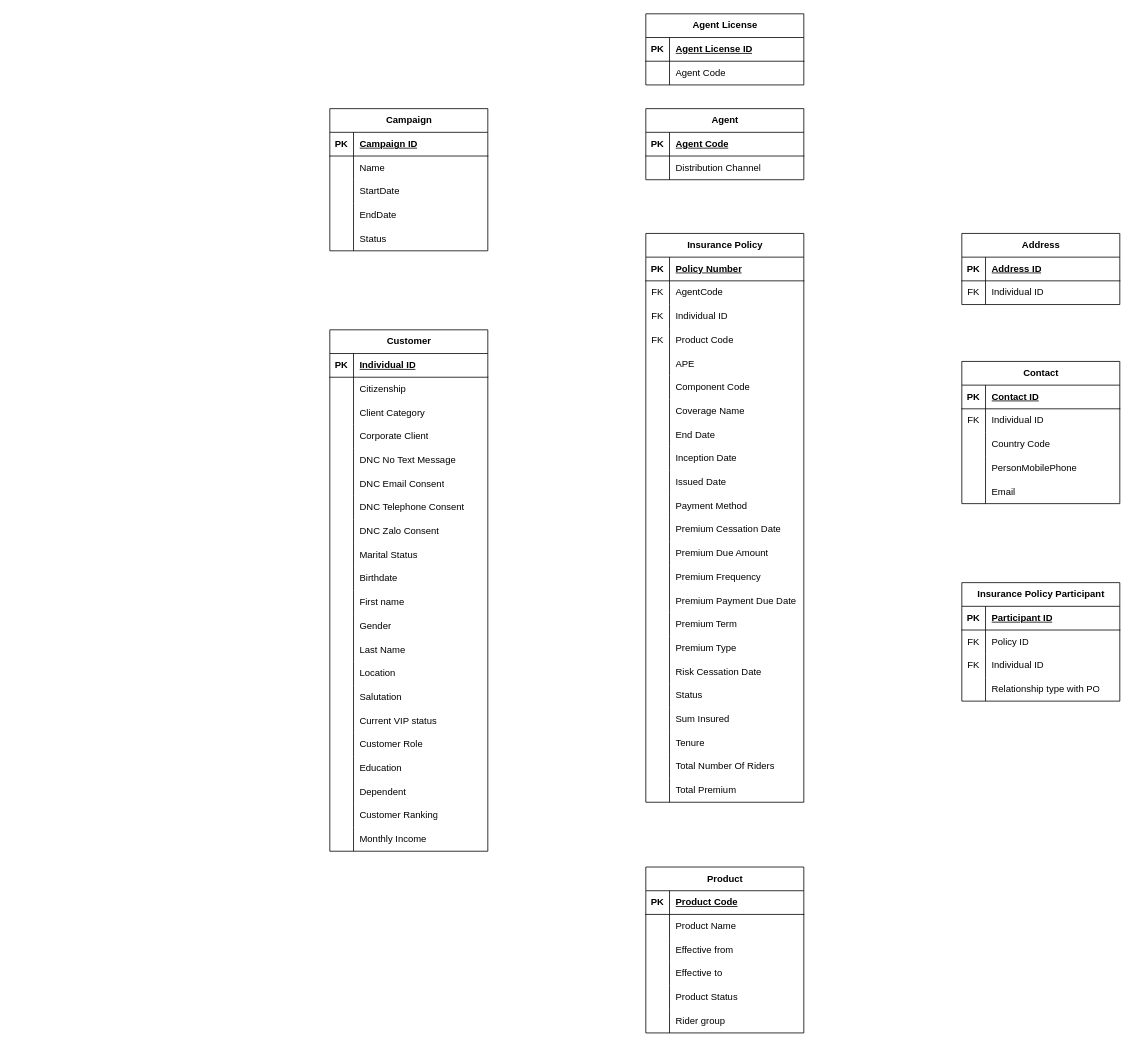
The draw.io diagram CEP_logic_map.drawio in EpicM97/EpicM, before the edit. Source tidied: cells renumbered, new cells numbered last; positions are measured from the earlier drawing's top-left corner, leaving out a move shared by most shapes. Both pictures are drawn from the tidied source at 79%, with x=0, y=0 at pixel (329, 13).
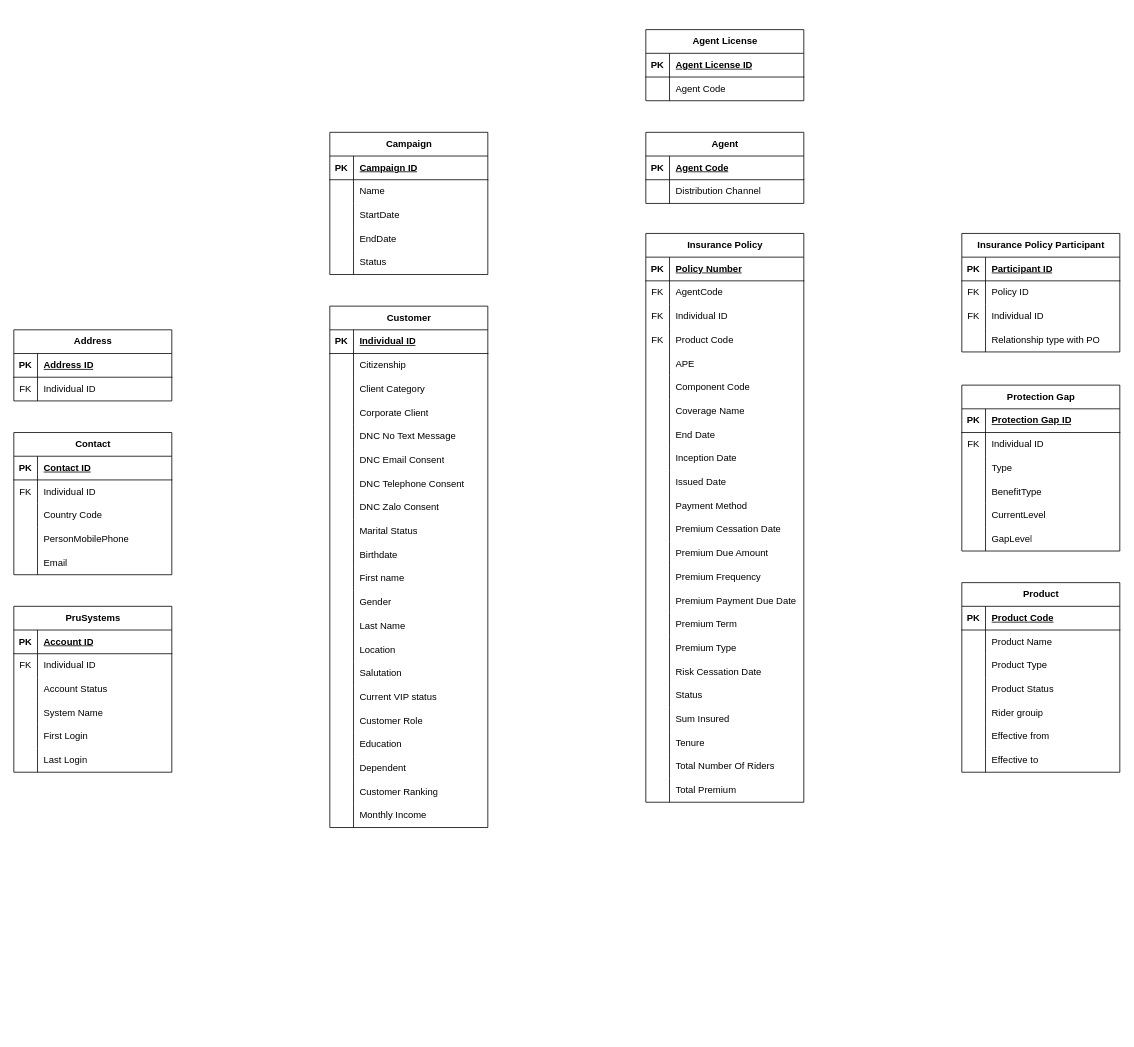
After the change.

The change refers to these unchanged cells:
```xml
<mxCell id="209" style="shape=tableRow;horizontal=0;startSize=0;swimlaneHead=0;swimlaneBody=0;fillColor=none;top=0;left=0;right=0;bottom=0;" parent="202" vertex="1">
  <mxGeometry y="90" width="200" height="30" as="geometry" />
</mxCell>
<mxCell id="212" style="shape=tableRow;horizontal=0;startSize=0;swimlaneHead=0;swimlaneBody=0;fillColor=none;top=0;left=0;right=0;bottom=0;" parent="202" vertex="1">
  <mxGeometry y="120" width="200" height="30" as="geometry" />
</mxCell>
<mxCell id="215" style="shape=tableRow;horizontal=0;startSize=0;swimlaneHead=0;swimlaneBody=0;fillColor=none;top=0;left=0;right=0;bottom=0;" parent="202" vertex="1">
  <mxGeometry y="150" width="200" height="30" as="geometry" />
</mxCell>
<mxCell id="218" style="shape=tableRow;horizontal=0;startSize=0;swimlaneHead=0;swimlaneBody=0;fillColor=none;top=0;left=0;right=0;bottom=0;" parent="202" vertex="1">
  <mxGeometry y="180" width="200" height="30" as="geometry" />
</mxCell>
```

Diff of the diagram source:
```diff
@@
     <mxCell id="2" value="Agent" style="shape=table;startSize=30;childLayout=tableLayout;rowLines=0;fontStyle=1;align=center;html=1;" parent="1" vertex="1">
-      <mxGeometry x="400" y="120" width="200" height="90" as="geometry" />
+      <mxGeometry x="400" y="150" width="200" height="90" as="geometry" />
     </mxCell>
@@
     <mxCell id="9" value="Address" style="shape=table;startSize=30;childLayout=tableLayout;rowLines=0;fontStyle=1;align=center;html=1;" parent="1" vertex="1">
-      <mxGeometry x="800" y="278" width="200" height="90" as="geometry" />
+      <mxGeometry x="-400" y="400" width="200" height="90" as="geometry" />
     </mxCell>
@@
     <mxCell id="16" value="Agent License" style="shape=table;startSize=30;childLayout=tableLayout;rowLines=0;fontStyle=1;align=center;html=1;" parent="1" vertex="1">
-      <mxGeometry x="400" width="200" height="90" as="geometry" />
+      <mxGeometry x="400" y="20" width="200" height="90" as="geometry" />
     </mxCell>
@@
     <mxCell id="23" value="Campaign" style="shape=table;startSize=30;childLayout=tableLayout;rowLines=0;fontStyle=1;align=center;html=1;" parent="1" vertex="1">
-      <mxGeometry y="120" width="200" height="180" as="geometry" />
+      <mxGeometry y="150" width="200" height="180" as="geometry" />
     </mxCell>
@@
     <mxCell id="39" value="Contact" style="shape=table;startSize=30;childLayout=tableLayout;rowLines=0;fontStyle=1;align=center;html=1;" parent="1" vertex="1">
-      <mxGeometry x="800" y="440" width="200" height="180" as="geometry" />
+      <mxGeometry x="-400" y="530" width="200" height="180" as="geometry" />
     </mxCell>
@@
     <mxCell id="55" value="Customer" style="shape=table;startSize=30;childLayout=tableLayout;rowLines=0;fontStyle=1;align=center;html=1;" parent="1" vertex="1">
-      <mxGeometry y="400" width="200" height="660" as="geometry" />
+      <mxGeometry y="370" width="200" height="660" as="geometry" />
     </mxCell>
@@
     <mxCell id="189" value="Insurance Policy Participant" style="shape=table;startSize=30;childLayout=tableLayout;rowLines=0;fontStyle=1;align=center;html=1;" parent="1" vertex="1">
-      <mxGeometry x="800" y="720" width="200" height="150" as="geometry" />
+      <mxGeometry x="800" y="278" width="200" height="150" as="geometry" />
     </mxCell>
@@
     <mxCell id="202" value="Product" style="shape=table;startSize=30;childLayout=tableLayout;rowLines=0;fontStyle=1;align=center;html=1;" parent="1" vertex="1">
-      <mxGeometry x="400" y="1080" width="200" height="210" as="geometry" />
+      <mxGeometry x="800" y="720" width="200" height="240" as="geometry" />
     </mxCell>
@@
-    <mxCell id="211" value="Effective from" style="shape=partialRectangle;fillColor=none;top=0;left=0;bottom=0;right=0;align=left;spacingLeft=6;overflow=hidden;whiteSpace=wrap;html=1;" parent="209" vertex="1">
+    <mxCell id="211" value="Product Type" style="shape=partialRectangle;fillColor=none;top=0;left=0;bottom=0;right=0;align=left;spacingLeft=6;overflow=hidden;whiteSpace=wrap;html=1;" parent="209" vertex="1">
       <mxGeometry x="30" width="170" height="30" as="geometry" />
     </mxCell>
@@
-    <mxCell id="214" value="Effective to" style="shape=partialRectangle;fillColor=none;top=0;left=0;bottom=0;right=0;align=left;spacingLeft=6;overflow=hidden;whiteSpace=wrap;html=1;" parent="212" vertex="1">
+    <mxCell id="214" value="Product Status" style="shape=partialRectangle;fillColor=none;top=0;left=0;bottom=0;right=0;align=left;spacingLeft=6;overflow=hidden;whiteSpace=wrap;html=1;" parent="212" vertex="1">
       <mxGeometry x="30" width="170" height="30" as="geometry" />
     </mxCell>
@@
-    <mxCell id="217" value="Product Status" style="shape=partialRectangle;fillColor=none;top=0;left=0;bottom=0;right=0;align=left;spacingLeft=6;overflow=hidden;whiteSpace=wrap;html=1;" parent="215" vertex="1">
+    <mxCell id="217" value="Rider grouip" style="shape=partialRectangle;fillColor=none;top=0;left=0;bottom=0;right=0;align=left;spacingLeft=6;overflow=hidden;whiteSpace=wrap;html=1;" parent="215" vertex="1">
       <mxGeometry x="30" width="170" height="30" as="geometry" />
     </mxCell>
@@
-    <mxCell id="220" value="Rider group" style="shape=partialRectangle;fillColor=none;top=0;left=0;bottom=0;right=0;align=left;spacingLeft=6;overflow=hidden;whiteSpace=wrap;html=1;" parent="218" vertex="1">
+    <mxCell id="220" value="Effective from" style="shape=partialRectangle;fillColor=none;top=0;left=0;bottom=0;right=0;align=left;spacingLeft=6;overflow=hidden;whiteSpace=wrap;html=1;" parent="218" vertex="1">
       <mxGeometry x="30" width="170" height="30" as="geometry" />
     </mxCell>
+    <mxCell id="221" style="shape=tableRow;horizontal=0;startSize=0;swimlaneHead=0;swimlaneBody=0;fillColor=none;top=0;left=0;right=0;bottom=0;" parent="202" vertex="1">
+      <mxGeometry y="210" width="200" height="30" as="geometry" />
+    </mxCell>
+    <mxCell id="222" style="shape=partialRectangle;fillColor=none;top=0;left=0;bottom=0;right=0;overflow=hidden;whiteSpace=wrap;html=1;" parent="221" vertex="1">
+      <mxGeometry width="30" height="30" as="geometry" />
+    </mxCell>
+    <mxCell id="223" value="Effective to" style="shape=partialRectangle;fillColor=none;top=0;left=0;bottom=0;right=0;align=left;spacingLeft=6;overflow=hidden;whiteSpace=wrap;html=1;" parent="221" vertex="1">
+      <mxGeometry x="30" width="170" height="30" as="geometry" />
+    </mxCell>
+    <mxCell id="224" value="Protection Gap" style="shape=table;startSize=30;childLayout=tableLayout;rowLines=0;fontStyle=1;align=center;html=1;" parent="1" vertex="1">
+      <mxGeometry x="800" y="470" width="200" height="210" as="geometry" />
+    </mxCell>
+    <mxCell id="225" style="shape=tableRow;horizontal=0;startSize=0;swimlaneHead=0;swimlaneBody=0;fillColor=none;top=0;left=0;right=0;bottom=1;" parent="224" vertex="1">
+      <mxGeometry y="30" width="200" height="30" as="geometry" />
+    </mxCell>
+    <mxCell id="226" value="PK" style="shape=partialRectangle;fillColor=none;top=0;left=0;bottom=0;right=0;fontStyle=1;overflow=hidden;whiteSpace=wrap;html=1;" parent="225" vertex="1">
+      <mxGeometry width="30" height="30" as="geometry" />
+    </mxCell>
+    <mxCell id="227" value="Protection Gap ID" style="shape=partialRectangle;fillColor=none;top=0;left=0;bottom=0;right=0;align=left;spacingLeft=6;fontStyle=5;overflow=hidden;whiteSpace=wrap;html=1;" parent="225" vertex="1">
+      <mxGeometry x="30" width="170" height="30" as="geometry" />
+    </mxCell>
+    <mxCell id="228" style="shape=tableRow;horizontal=0;startSize=0;swimlaneHead=0;swimlaneBody=0;fillColor=none;top=0;left=0;right=0;bottom=0;" parent="224" vertex="1">
+      <mxGeometry y="60" width="200" height="30" as="geometry" />
+    </mxCell>
+    <mxCell id="229" value="FK" style="shape=partialRectangle;fillColor=none;top=0;left=0;bottom=0;right=0;overflow=hidden;whiteSpace=wrap;html=1;" parent="228" vertex="1">
+      <mxGeometry width="30" height="30" as="geometry" />
+    </mxCell>
+    <mxCell id="230" value="Individual ID" style="shape=partialRectangle;fillColor=none;top=0;left=0;bottom=0;right=0;align=left;spacingLeft=6;overflow=hidden;whiteSpace=wrap;html=1;" parent="228" vertex="1">
+      <mxGeometry x="30" width="170" height="30" as="geometry" />
+    </mxCell>
+    <mxCell id="231" style="shape=tableRow;horizontal=0;startSize=0;swimlaneHead=0;swimlaneBody=0;fillColor=none;top=0;left=0;right=0;bottom=0;" parent="224" vertex="1">
+      <mxGeometry y="90" width="200" height="30" as="geometry" />
+    </mxCell>
+    <mxCell id="232" style="shape=partialRectangle;fillColor=none;top=0;left=0;bottom=0;right=0;overflow=hidden;whiteSpace=wrap;html=1;" parent="231" vertex="1">
+      <mxGeometry width="30" height="30" as="geometry" />
+    </mxCell>
+    <mxCell id="233" value="Type" style="shape=partialRectangle;fillColor=none;top=0;left=0;bottom=0;right=0;align=left;spacingLeft=6;overflow=hidden;whiteSpace=wrap;html=1;" parent="231" vertex="1">
+      <mxGeometry x="30" width="170" height="30" as="geometry" />
+    </mxCell>
+    <mxCell id="234" style="shape=tableRow;horizontal=0;startSize=0;swimlaneHead=0;swimlaneBody=0;fillColor=none;top=0;left=0;right=0;bottom=0;" parent="224" vertex="1">
+      <mxGeometry y="120" width="200" height="30" as="geometry" />
+    </mxCell>
+    <mxCell id="235" style="shape=partialRectangle;fillColor=none;top=0;left=0;bottom=0;right=0;overflow=hidden;whiteSpace=wrap;html=1;" parent="234" vertex="1">
+      <mxGeometry width="30" height="30" as="geometry" />
+    </mxCell>
+    <mxCell id="236" value="BenefitType" style="shape=partialRectangle;fillColor=none;top=0;left=0;bottom=0;right=0;align=left;spacingLeft=6;overflow=hidden;whiteSpace=wrap;html=1;" parent="234" vertex="1">
+      <mxGeometry x="30" width="170" height="30" as="geometry" />
+    </mxCell>
+    <mxCell id="237" style="shape=tableRow;horizontal=0;startSize=0;swimlaneHead=0;swimlaneBody=0;fillColor=none;top=0;left=0;right=0;bottom=0;" parent="224" vertex="1">
+      <mxGeometry y="150" width="200" height="30" as="geometry" />
+    </mxCell>
+    <mxCell id="238" style="shape=partialRectangle;fillColor=none;top=0;left=0;bottom=0;right=0;overflow=hidden;whiteSpace=wrap;html=1;" parent="237" vertex="1">
+      <mxGeometry width="30" height="30" as="geometry" />
+    </mxCell>
+    <mxCell id="239" value="CurrentLevel" style="shape=partialRectangle;fillColor=none;top=0;left=0;bottom=0;right=0;align=left;spacingLeft=6;overflow=hidden;whiteSpace=wrap;html=1;" parent="237" vertex="1">
+      <mxGeometry x="30" width="170" height="30" as="geometry" />
+    </mxCell>
+    <mxCell id="240" style="shape=tableRow;horizontal=0;startSize=0;swimlaneHead=0;swimlaneBody=0;fillColor=none;top=0;left=0;right=0;bottom=0;" parent="224" vertex="1">
+      <mxGeometry y="180" width="200" height="30" as="geometry" />
+    </mxCell>
+    <mxCell id="241" style="shape=partialRectangle;fillColor=none;top=0;left=0;bottom=0;right=0;overflow=hidden;whiteSpace=wrap;html=1;" parent="240" vertex="1">
+      <mxGeometry width="30" height="30" as="geometry" />
+    </mxCell>
+    <mxCell id="242" value="GapLevel" style="shape=partialRectangle;fillColor=none;top=0;left=0;bottom=0;right=0;align=left;spacingLeft=6;overflow=hidden;whiteSpace=wrap;html=1;" parent="240" vertex="1">
+      <mxGeometry x="30" width="170" height="30" as="geometry" />
+    </mxCell>
+    <mxCell id="243" value="PruSystems" style="shape=table;startSize=30;childLayout=tableLayout;rowLines=0;fontStyle=1;align=center;html=1;" parent="1" vertex="1">
+      <mxGeometry x="-400" y="750" width="200" height="210" as="geometry" />
+    </mxCell>
+    <mxCell id="244" style="shape=tableRow;horizontal=0;startSize=0;swimlaneHead=0;swimlaneBody=0;fillColor=none;top=0;left=0;right=0;bottom=1;" parent="243" vertex="1">
+      <mxGeometry y="30" width="200" height="30" as="geometry" />
+    </mxCell>
+    <mxCell id="245" value="PK" style="shape=partialRectangle;fillColor=none;top=0;left=0;bottom=0;right=0;fontStyle=1;overflow=hidden;whiteSpace=wrap;html=1;" parent="244" vertex="1">
+      <mxGeometry width="30" height="30" as="geometry" />
+    </mxCell>
+    <mxCell id="246" value="Account ID" style="shape=partialRectangle;fillColor=none;top=0;left=0;bottom=0;right=0;align=left;spacingLeft=6;fontStyle=5;overflow=hidden;whiteSpace=wrap;html=1;" parent="244" vertex="1">
+      <mxGeometry x="30" width="170" height="30" as="geometry" />
+    </mxCell>
+    <mxCell id="247" style="shape=tableRow;horizontal=0;startSize=0;swimlaneHead=0;swimlaneBody=0;fillColor=none;top=0;left=0;right=0;bottom=0;" parent="243" vertex="1">
+      <mxGeometry y="60" width="200" height="30" as="geometry" />
+    </mxCell>
+    <mxCell id="248" value="FK" style="shape=partialRectangle;fillColor=none;top=0;left=0;bottom=0;right=0;overflow=hidden;whiteSpace=wrap;html=1;" parent="247" vertex="1">
+      <mxGeometry width="30" height="30" as="geometry" />
+    </mxCell>
+    <mxCell id="249" value="Individual ID" style="shape=partialRectangle;fillColor=none;top=0;left=0;bottom=0;right=0;align=left;spacingLeft=6;overflow=hidden;whiteSpace=wrap;html=1;" parent="247" vertex="1">
+      <mxGeometry x="30" width="170" height="30" as="geometry" />
+    </mxCell>
+    <mxCell id="250" style="shape=tableRow;horizontal=0;startSize=0;swimlaneHead=0;swimlaneBody=0;fillColor=none;top=0;left=0;right=0;bottom=0;" parent="243" vertex="1">
+      <mxGeometry y="90" width="200" height="30" as="geometry" />
+    </mxCell>
+    <mxCell id="251" style="shape=partialRectangle;fillColor=none;top=0;left=0;bottom=0;right=0;overflow=hidden;whiteSpace=wrap;html=1;" parent="250" vertex="1">
+      <mxGeometry width="30" height="30" as="geometry" />
+    </mxCell>
+    <mxCell id="252" value="Account Status" style="shape=partialRectangle;fillColor=none;top=0;left=0;bottom=0;right=0;align=left;spacingLeft=6;overflow=hidden;whiteSpace=wrap;html=1;" parent="250" vertex="1">
+      <mxGeometry x="30" width="170" height="30" as="geometry" />
+    </mxCell>
+    <mxCell id="253" style="shape=tableRow;horizontal=0;startSize=0;swimlaneHead=0;swimlaneBody=0;fillColor=none;top=0;left=0;right=0;bottom=0;" parent="243" vertex="1">
+      <mxGeometry y="120" width="200" height="30" as="geometry" />
+    </mxCell>
+    <mxCell id="254" style="shape=partialRectangle;fillColor=none;top=0;left=0;bottom=0;right=0;overflow=hidden;whiteSpace=wrap;html=1;" parent="253" vertex="1">
+      <mxGeometry width="30" height="30" as="geometry" />
+    </mxCell>
+    <mxCell id="255" value="System Name" style="shape=partialRectangle;fillColor=none;top=0;left=0;bottom=0;right=0;align=left;spacingLeft=6;overflow=hidden;whiteSpace=wrap;html=1;" parent="253" vertex="1">
+      <mxGeometry x="30" width="170" height="30" as="geometry" />
+    </mxCell>
+    <mxCell id="256" style="shape=tableRow;horizontal=0;startSize=0;swimlaneHead=0;swimlaneBody=0;fillColor=none;top=0;left=0;right=0;bottom=0;" parent="243" vertex="1">
+      <mxGeometry y="150" width="200" height="30" as="geometry" />
+    </mxCell>
+    <mxCell id="257" style="shape=partialRectangle;fillColor=none;top=0;left=0;bottom=0;right=0;overflow=hidden;whiteSpace=wrap;html=1;" parent="256" vertex="1">
+      <mxGeometry width="30" height="30" as="geometry" />
+    </mxCell>
+    <mxCell id="258" value="First Login" style="shape=partialRectangle;fillColor=none;top=0;left=0;bottom=0;right=0;align=left;spacingLeft=6;overflow=hidden;whiteSpace=wrap;html=1;" parent="256" vertex="1">
+      <mxGeometry x="30" width="170" height="30" as="geometry" />
+    </mxCell>
+    <mxCell id="259" style="shape=tableRow;horizontal=0;startSize=0;swimlaneHead=0;swimlaneBody=0;fillColor=none;top=0;left=0;right=0;bottom=0;" parent="243" vertex="1">
+      <mxGeometry y="180" width="200" height="30" as="geometry" />
+    </mxCell>
+    <mxCell id="260" style="shape=partialRectangle;fillColor=none;top=0;left=0;bottom=0;right=0;overflow=hidden;whiteSpace=wrap;html=1;" parent="259" vertex="1">
+      <mxGeometry width="30" height="30" as="geometry" />
+    </mxCell>
+    <mxCell id="261" value="Last Login" style="shape=partialRectangle;fillColor=none;top=0;left=0;bottom=0;right=0;align=left;spacingLeft=6;overflow=hidden;whiteSpace=wrap;html=1;" parent="259" vertex="1">
+      <mxGeometry x="30" width="170" height="30" as="geometry" />
+    </mxCell>
```
